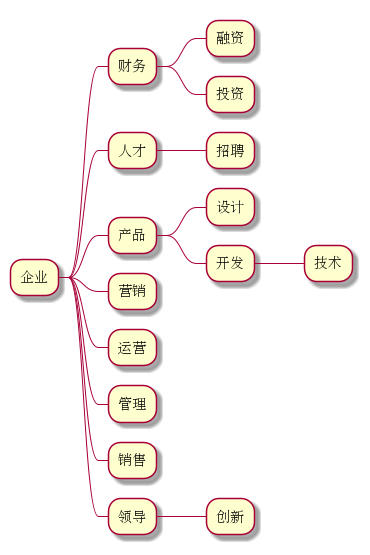
This is content/post/startup-theory/images/business-roadmap.png from DreamAndDead/DreamAndDead.github.io, a PlantUML export, as it was before one commit.
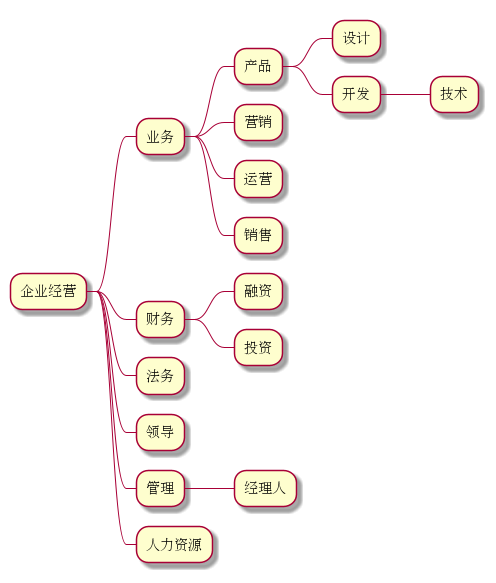
After the commit.

What changed in the source:
```diff
@@ -1,26 +1,24 @@
 @startmindmap
-+ 企业
++ 企业经营
+
+++ 业务
++++ 产品
+++++ 设计
+++++ 开发
++++++ 技术
++++ 营销
++++ 运营
++++ 销售
 
 ++ 财务
 +++ 融资
 +++ 投资
 
-++ 人才
-+++ 招聘
-
-++ 产品
-+++ 设计
-+++ 开发
-++++ 技术
-
-++ 营销
-
-++ 运营
-
-++ 管理
-
-++ 销售
+++ 法务
 
 ++ 领导
-+++ 创新
+++ 管理
++++ 经理人
+++ 人力资源
+
 @endminmap
```
